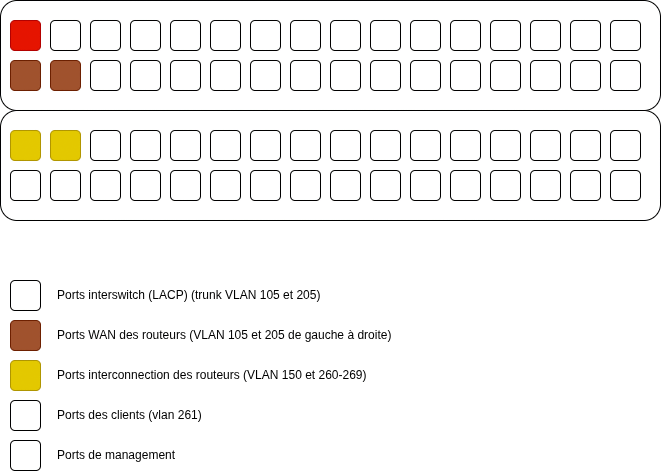
Before: docs/assets/SwitchPhysique.drawio.png, a diagram exported from draw.io (DSISportLudique/SportLudique2Doc). Source tidied: cells renumbered, new cells last; positions are measured from the earlier drawing's top-left corner, leaving out a move shared by most shapes.
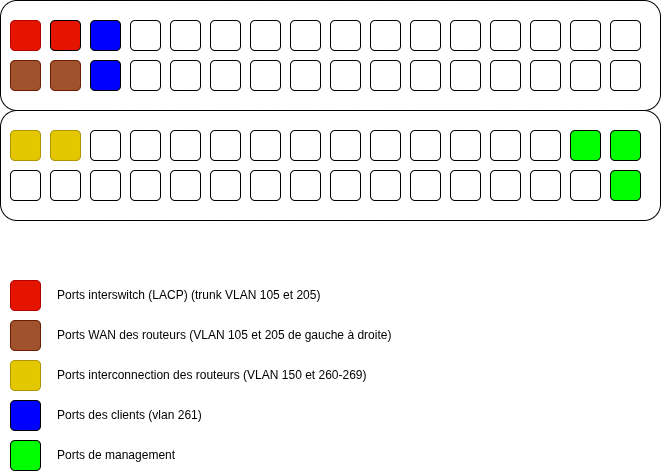
Above is the later version.

Commit message:
fixed physical diagram

Diff of the diagram source:
```diff
@@ -5,24 +5,21 @@
     <mxCell id="2" style="rounded=1;whiteSpace=wrap;html=1;" parent="1" vertex="1">
       <mxGeometry width="660" height="110" as="geometry" />
     </mxCell>
-    <mxCell id="3" style="rounded=1;whiteSpace=wrap;html=1;fillColor=light-dark(#E51400,#FF1700);strokeColor=#B20000;fontColor=#ffffff;" parent="1" vertex="1">
+    <mxCell id="3" style="rounded=1;whiteSpace=wrap;html=1;fillColor=light-dark(#E51400,#FF0000);strokeColor=#B20000;fontColor=#ffffff;" parent="1" vertex="1">
       <mxGeometry x="10" y="20" width="30" height="30" as="geometry" />
     </mxCell>
     <mxCell id="4" style="rounded=1;whiteSpace=wrap;html=1;fillColor=#a0522d;fontColor=#ffffff;strokeColor=#6D1F00;" parent="1" vertex="1">
       <mxGeometry x="10" y="60" width="30" height="30" as="geometry" />
     </mxCell>
-    <mxCell id="5" style="rounded=1;whiteSpace=wrap;html=1;fillColor=light-dark(#FFFFFF,#FF0000);" parent="1" vertex="1">
+    <mxCell id="5" style="rounded=1;whiteSpace=wrap;html=1;fillColor=light-dark(#E51400,#FF0000);" parent="1" vertex="1">
       <mxGeometry x="50" y="20" width="30" height="30" as="geometry" />
     </mxCell>
     <mxCell id="6" style="rounded=1;whiteSpace=wrap;html=1;fillColor=#a0522d;fontColor=#ffffff;strokeColor=#6D1F00;" parent="1" vertex="1">
       <mxGeometry x="50" y="60" width="30" height="30" as="geometry" />
     </mxCell>
-    <mxCell id="7" style="rounded=1;whiteSpace=wrap;html=1;fillColor=light-dark(#FFFFFF,#0000CC);" parent="1" vertex="1">
+    <mxCell id="7" style="rounded=1;whiteSpace=wrap;html=1;fillColor=light-dark(#0000FF,#0000FF);" parent="1" vertex="1">
       <mxGeometry x="90" y="20" width="30" height="30" as="geometry" />
     </mxCell>
-    <mxCell id="8" style="rounded=1;whiteSpace=wrap;html=1;fillColor=light-dark(#FFFFFF,#0000CC);" parent="1" vertex="1">
-      <mxGeometry x="90" y="60" width="30" height="30" as="geometry" />
-    </mxCell>
     <mxCell id="9" style="rounded=1;whiteSpace=wrap;html=1;" parent="1" vertex="1">
       <mxGeometry x="130" y="20" width="30" height="30" as="geometry" />
     </mxCell>
@@ -188,21 +185,12 @@
     <mxCell id="63" style="rounded=1;whiteSpace=wrap;html=1;" parent="1" vertex="1">
       <mxGeometry x="530" y="170" width="30" height="30" as="geometry" />
     </mxCell>
-    <mxCell id="64" style="rounded=1;whiteSpace=wrap;html=1;fillColor=light-dark(#FFFFFF,#00FF00);" parent="1" vertex="1">
+    <mxCell id="64" style="rounded=1;whiteSpace=wrap;html=1;fillColor=light-dark(#00FF00,#00FF00);gradientColor=none;gradientDirection=north;" parent="1" vertex="1">
       <mxGeometry x="570" y="130" width="30" height="30" as="geometry" />
     </mxCell>
     <mxCell id="65" style="rounded=1;whiteSpace=wrap;html=1;" parent="1" vertex="1">
       <mxGeometry x="570" y="170" width="30" height="30" as="geometry" />
     </mxCell>
-    <mxCell id="66" style="rounded=1;whiteSpace=wrap;html=1;fillColor=light-dark(#FFFFFF,#00FF00);" parent="1" vertex="1">
-      <mxGeometry x="610" y="130" width="30" height="30" as="geometry" />
-    </mxCell>
-    <mxCell id="67" style="rounded=1;whiteSpace=wrap;html=1;fillColor=light-dark(#FFFFFF,#00FF00);" parent="1" vertex="1">
-      <mxGeometry x="610" y="170" width="30" height="30" as="geometry" />
-    </mxCell>
-    <mxCell id="68" style="rounded=1;whiteSpace=wrap;html=1;fillColor=light-dark(#FFFFFF,#FF0000);" parent="1" vertex="1">
-      <mxGeometry x="10" y="280" width="30" height="30" as="geometry" />
-    </mxCell>
     <mxCell id="69" value="Ports interswitch (LACP) (trunk VLAN 105 et 205)" style="text;html=1;whiteSpace=wrap;strokeColor=none;fillColor=none;align=left;verticalAlign=middle;rounded=0;" parent="1" vertex="1">
       <mxGeometry x="55" y="280" width="305" height="30" as="geometry" />
     </mxCell>
@@ -218,17 +206,29 @@
     <mxCell id="73" value="Ports interconnection des routeurs (VLAN 150 et 260-269)" style="text;html=1;whiteSpace=wrap;strokeColor=none;fillColor=none;align=left;verticalAlign=middle;rounded=0;" parent="1" vertex="1">
       <mxGeometry x="55" y="360" width="410" height="30" as="geometry" />
     </mxCell>
-    <mxCell id="74" style="rounded=1;whiteSpace=wrap;html=1;fillColor=light-dark(#FFFFFF,#0000CC);" parent="1" vertex="1">
-      <mxGeometry x="10" y="400" width="30" height="30" as="geometry" />
-    </mxCell>
     <mxCell id="75" value="Ports des clients (vlan 261)" style="text;html=1;whiteSpace=wrap;strokeColor=none;fillColor=none;align=left;verticalAlign=middle;rounded=0;" parent="1" vertex="1">
       <mxGeometry x="55" y="400" width="410" height="30" as="geometry" />
     </mxCell>
-    <mxCell id="76" style="rounded=1;whiteSpace=wrap;html=1;fillColor=light-dark(#FFFFFF,#00FF00);" parent="1" vertex="1">
-      <mxGeometry x="10" y="440" width="30" height="30" as="geometry" />
-    </mxCell>
     <mxCell id="77" value="Ports de management" style="text;html=1;whiteSpace=wrap;strokeColor=none;fillColor=none;align=left;verticalAlign=middle;rounded=0;" parent="1" vertex="1">
       <mxGeometry x="55" y="440" width="410" height="30" as="geometry" />
     </mxCell>
+    <mxCell id="78" style="rounded=1;whiteSpace=wrap;html=1;fillColor=light-dark(#0000FF,#0000FF);" parent="1" vertex="1">
+      <mxGeometry x="90" y="60" width="30" height="30" as="geometry" />
+    </mxCell>
+    <mxCell id="79" style="rounded=1;whiteSpace=wrap;html=1;fillColor=light-dark(#00FF00,#00FF00);gradientColor=none;gradientDirection=north;" parent="1" vertex="1">
+      <mxGeometry x="610" y="130" width="30" height="30" as="geometry" />
+    </mxCell>
+    <mxCell id="80" style="rounded=1;whiteSpace=wrap;html=1;fillColor=light-dark(#00FF00,#00FF00);gradientColor=none;gradientDirection=north;" parent="1" vertex="1">
+      <mxGeometry x="610" y="170" width="30" height="30" as="geometry" />
+    </mxCell>
+    <mxCell id="81" style="rounded=1;whiteSpace=wrap;html=1;fillColor=light-dark(#00FF00,#00FF00);gradientColor=none;gradientDirection=north;" parent="1" vertex="1">
+      <mxGeometry x="10" y="440" width="30" height="30" as="geometry" />
+    </mxCell>
+    <mxCell id="82" style="rounded=1;whiteSpace=wrap;html=1;fillColor=light-dark(#0000FF,#0000FF);" parent="1" vertex="1">
+      <mxGeometry x="10" y="400" width="30" height="30" as="geometry" />
+    </mxCell>
+    <mxCell id="83" style="rounded=1;whiteSpace=wrap;html=1;fillColor=light-dark(#E51400,#FF0000);strokeColor=#B20000;fontColor=#ffffff;" parent="1" vertex="1">
+      <mxGeometry x="10" y="280" width="30" height="30" as="geometry" />
+    </mxCell>
   </root>
 </mxGraphModel>
```
